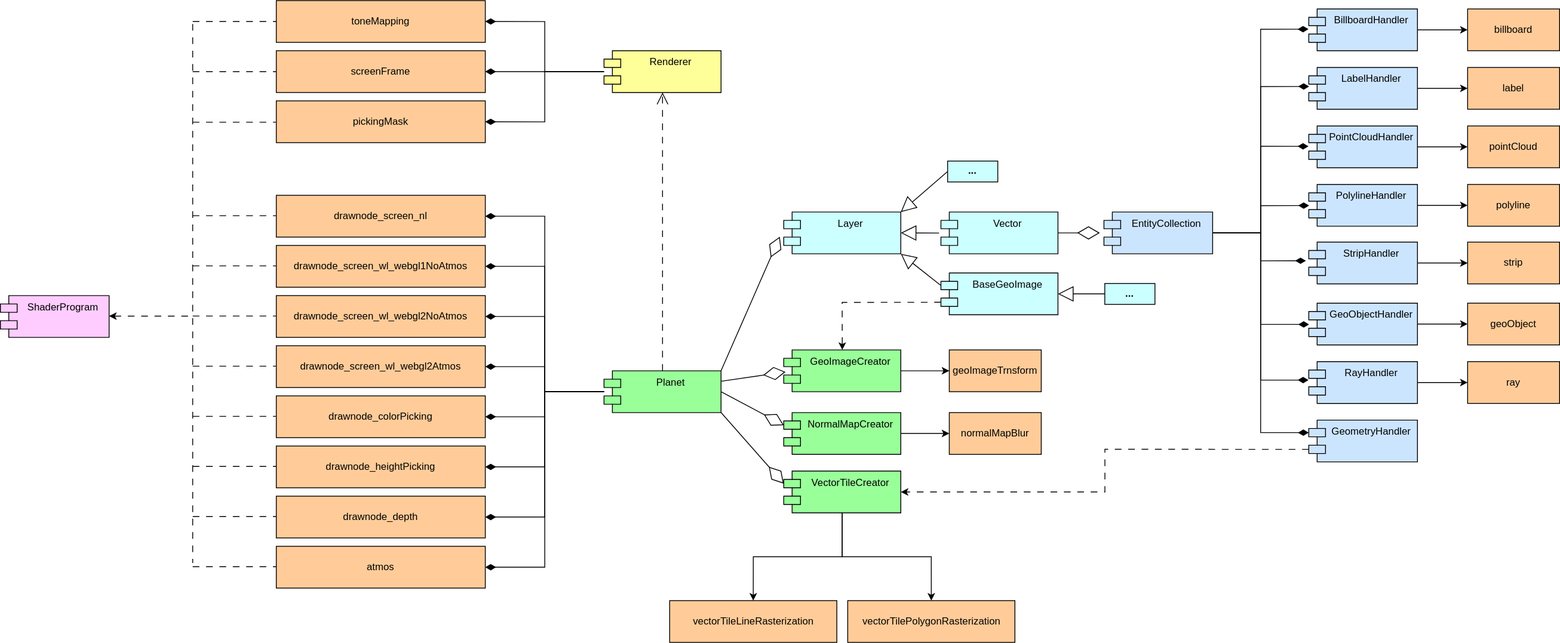
This is shaders.drawio.svg from openglobus/openglobus, a draw.io export, as it was before one commit. Source tidied: cells renumbered, new cells last; positions are measured from the earlier drawing's top-left corner, leaving out a move shared by most shapes.
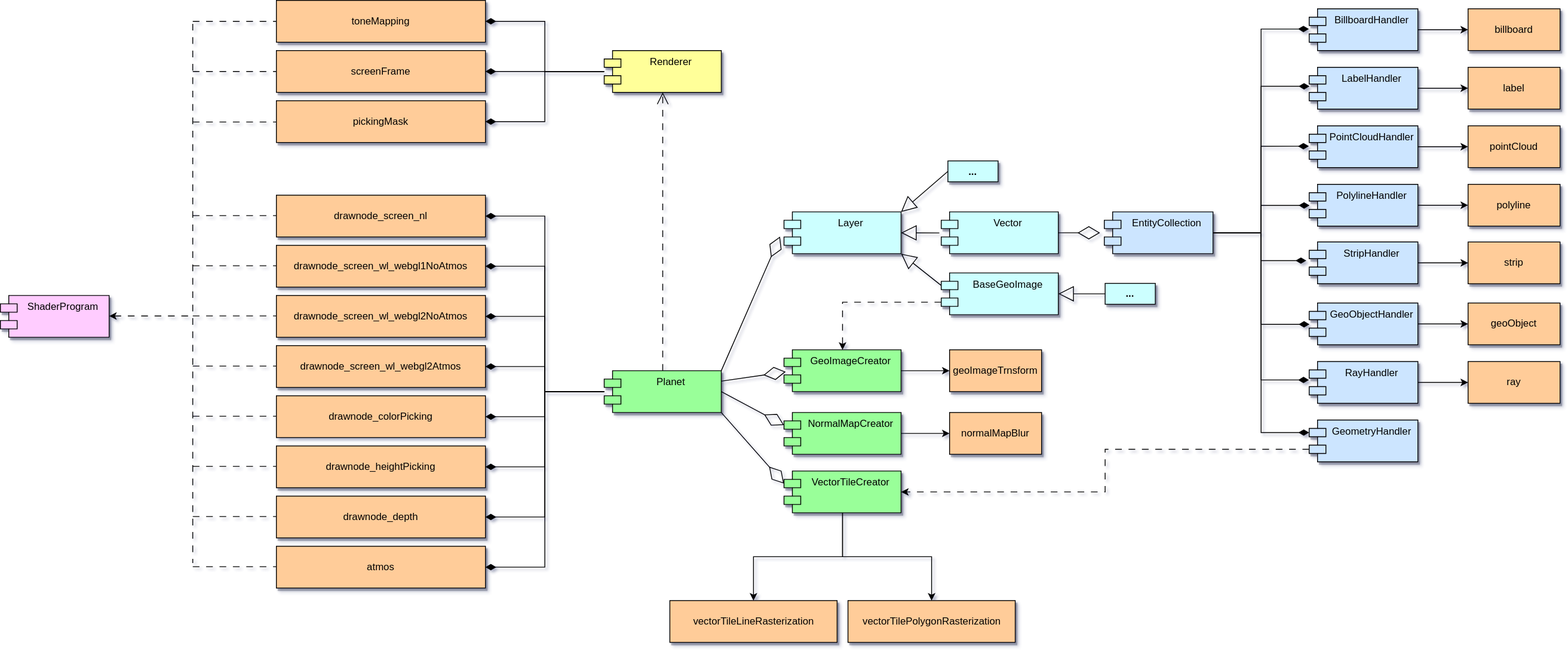
The same file after the commit.

What changed in the source:
```diff
@@ -28,3 +28,3 @@
     </mxCell>
-    <mxCell id="10" value="Planet" style="shape=module;align=left;spacingLeft=20;align=center;verticalAlign=top;whiteSpace=wrap;html=1;fillColor=#99FF99;" parent="1" vertex="1">
+    <mxCell id="10" value="Planet" style="shape=module;align=left;spacingLeft=20;align=center;verticalAlign=top;whiteSpace=wrap;html=1;fillColor=#99FF99;shadow=1;" parent="1" vertex="1">
       <mxGeometry x="722" y="443" width="140" height="50" as="geometry" />
@@ -40,24 +40,24 @@
     </mxCell>
-    <mxCell id="14" value="Renderer" style="shape=module;align=left;spacingLeft=20;align=center;verticalAlign=top;whiteSpace=wrap;html=1;fillColor=#FFFF99;" parent="1" vertex="1">
+    <mxCell id="14" value="Renderer" style="shape=module;align=left;spacingLeft=20;align=center;verticalAlign=top;whiteSpace=wrap;html=1;fillColor=#FFFF99;shadow=1;" parent="1" vertex="1">
       <mxGeometry x="722" y="60" width="140" height="50" as="geometry" />
     </mxCell>
-    <mxCell id="15" value="ShaderProgram" style="shape=module;align=left;spacingLeft=20;align=center;verticalAlign=top;whiteSpace=wrap;html=1;fillColor=#FFCCFF;" parent="1" vertex="1">
+    <mxCell id="15" value="ShaderProgram" style="shape=module;align=left;spacingLeft=20;align=center;verticalAlign=top;whiteSpace=wrap;html=1;fillColor=#FFCCFF;shadow=1;" parent="1" vertex="1">
       <mxGeometry y="353" width="130" height="50" as="geometry" />
     </mxCell>
-    <mxCell id="16" value="toneMapping" style="html=1;whiteSpace=wrap;gradientColor=none;fillColor=#FFCC99;" parent="1" vertex="1">
+    <mxCell id="16" value="toneMapping" style="html=1;whiteSpace=wrap;gradientColor=none;fillColor=#FFCC99;shadow=1;" parent="1" vertex="1">
       <mxGeometry x="330" width="250" height="50" as="geometry" />
     </mxCell>
-    <mxCell id="17" value="screenFrame" style="html=1;whiteSpace=wrap;fillColor=#FFCC99;" parent="1" vertex="1">
+    <mxCell id="17" value="screenFrame" style="html=1;whiteSpace=wrap;fillColor=#FFCC99;shadow=1;" parent="1" vertex="1">
       <mxGeometry x="330" y="60" width="250" height="50" as="geometry" />
     </mxCell>
-    <mxCell id="18" value="atmos" style="html=1;whiteSpace=wrap;fillColor=#FFCC99;" parent="1" vertex="1">
+    <mxCell id="18" value="atmos" style="html=1;whiteSpace=wrap;fillColor=#FFCC99;shadow=1;" parent="1" vertex="1">
       <mxGeometry x="330" y="653" width="250" height="50" as="geometry" />
     </mxCell>
-    <mxCell id="19" value="drawnode_depth" style="html=1;whiteSpace=wrap;fillColor=#FFCC99;" parent="1" vertex="1">
+    <mxCell id="19" value="drawnode_depth" style="html=1;whiteSpace=wrap;fillColor=#FFCC99;shadow=1;" parent="1" vertex="1">
       <mxGeometry x="330" y="593" width="250" height="50" as="geometry" />
     </mxCell>
-    <mxCell id="20" value="drawnode_heightPicking" style="html=1;whiteSpace=wrap;fillColor=#FFCC99;" parent="1" vertex="1">
+    <mxCell id="20" value="drawnode_heightPicking" style="html=1;whiteSpace=wrap;fillColor=#FFCC99;shadow=1;" parent="1" vertex="1">
       <mxGeometry x="330" y="533" width="250" height="50" as="geometry" />
     </mxCell>
-    <mxCell id="21" value="drawnode_screen_wl_webgl1NoAtmos" style="html=1;whiteSpace=wrap;fillColor=#FFCC99;" parent="1" vertex="1">
+    <mxCell id="21" value="drawnode_screen_wl_webgl1NoAtmos" style="html=1;whiteSpace=wrap;fillColor=#FFCC99;shadow=1;" parent="1" vertex="1">
       <mxGeometry x="330" y="293" width="250" height="50" as="geometry" />
@@ -67,9 +67,9 @@
     </mxCell>
-    <mxCell id="23" value="drawnode_screen_wl_webgl2Atmos" style="html=1;whiteSpace=wrap;fillColor=#FFCC99;" parent="1" vertex="1">
+    <mxCell id="23" value="drawnode_screen_wl_webgl2Atmos" style="html=1;whiteSpace=wrap;fillColor=#FFCC99;shadow=1;" parent="1" vertex="1">
       <mxGeometry x="330" y="413" width="250" height="50" as="geometry" />
     </mxCell>
-    <mxCell id="24" value="drawnode_screen_wl_webgl2NoAtmos" style="html=1;whiteSpace=wrap;fillColor=#FFCC99;" parent="1" vertex="1">
+    <mxCell id="24" value="drawnode_screen_wl_webgl2NoAtmos" style="html=1;whiteSpace=wrap;fillColor=#FFCC99;shadow=1;" parent="1" vertex="1">
       <mxGeometry x="330" y="353" width="250" height="50" as="geometry" />
     </mxCell>
-    <mxCell id="25" value="drawnode_screen_nl" style="html=1;whiteSpace=wrap;fillColor=#FFCC99;" parent="1" vertex="1">
+    <mxCell id="25" value="drawnode_screen_nl" style="html=1;whiteSpace=wrap;fillColor=#FFCC99;shadow=1;" parent="1" vertex="1">
       <mxGeometry x="330" y="233" width="250" height="50" as="geometry" />
@@ -103,3 +103,3 @@
     </mxCell>
-    <mxCell id="35" value="EntityCollection" style="shape=module;align=left;spacingLeft=20;align=center;verticalAlign=top;whiteSpace=wrap;html=1;fillColor=#CCE5FF;" parent="1" vertex="1">
+    <mxCell id="35" value="EntityCollection" style="shape=module;align=left;spacingLeft=20;align=center;verticalAlign=top;whiteSpace=wrap;html=1;fillColor=#CCE5FF;shadow=1;" parent="1" vertex="1">
       <mxGeometry x="1320" y="253" width="130" height="50" as="geometry" />
@@ -109,3 +109,3 @@
     </mxCell>
-    <mxCell id="37" value="BillboardHandler" style="shape=module;align=left;spacingLeft=20;align=center;verticalAlign=top;whiteSpace=wrap;html=1;fillColor=#CCE5FF;" parent="1" vertex="1">
+    <mxCell id="37" value="BillboardHandler" style="shape=module;align=left;spacingLeft=20;align=center;verticalAlign=top;whiteSpace=wrap;html=1;fillColor=#CCE5FF;shadow=1;" parent="1" vertex="1">
       <mxGeometry x="1565" y="10" width="130" height="50" as="geometry" />
@@ -115,3 +115,3 @@
     </mxCell>
-    <mxCell id="39" value="LabelHandler" style="shape=module;align=left;spacingLeft=20;align=center;verticalAlign=top;whiteSpace=wrap;html=1;fillColor=#CCE5FF;" parent="1" vertex="1">
+    <mxCell id="39" value="LabelHandler" style="shape=module;align=left;spacingLeft=20;align=center;verticalAlign=top;whiteSpace=wrap;html=1;fillColor=#CCE5FF;shadow=1;" parent="1" vertex="1">
       <mxGeometry x="1565" y="80" width="130" height="50" as="geometry" />
@@ -121,3 +121,3 @@
     </mxCell>
-    <mxCell id="41" value="PointCloudHandler" style="shape=module;align=left;spacingLeft=20;align=center;verticalAlign=top;whiteSpace=wrap;html=1;fillColor=#CCE5FF;" parent="1" vertex="1">
+    <mxCell id="41" value="PointCloudHandler" style="shape=module;align=left;spacingLeft=20;align=center;verticalAlign=top;whiteSpace=wrap;html=1;fillColor=#CCE5FF;shadow=1;" parent="1" vertex="1">
       <mxGeometry x="1565" y="150" width="130" height="50" as="geometry" />
@@ -127,3 +127,3 @@
     </mxCell>
-    <mxCell id="43" value="PolylineHandler" style="shape=module;align=left;spacingLeft=20;align=center;verticalAlign=top;whiteSpace=wrap;html=1;fillColor=#CCE5FF;" parent="1" vertex="1">
+    <mxCell id="43" value="PolylineHandler" style="shape=module;align=left;spacingLeft=20;align=center;verticalAlign=top;whiteSpace=wrap;html=1;fillColor=#CCE5FF;shadow=1;" parent="1" vertex="1">
       <mxGeometry x="1565" y="220" width="130" height="50" as="geometry" />
@@ -133,3 +133,3 @@
     </mxCell>
-    <mxCell id="45" value="GeoObjectHandler" style="shape=module;align=left;spacingLeft=20;align=center;verticalAlign=top;whiteSpace=wrap;html=1;fillColor=#CCE5FF;" parent="1" vertex="1">
+    <mxCell id="45" value="GeoObjectHandler" style="shape=module;align=left;spacingLeft=20;align=center;verticalAlign=top;whiteSpace=wrap;html=1;fillColor=#CCE5FF;shadow=1;" parent="1" vertex="1">
       <mxGeometry x="1565" y="362" width="130" height="50" as="geometry" />
@@ -139,3 +139,3 @@
     </mxCell>
-    <mxCell id="47" value="RayHandler" style="shape=module;align=left;spacingLeft=20;align=center;verticalAlign=top;whiteSpace=wrap;html=1;fillColor=#CCE5FF;" parent="1" vertex="1">
+    <mxCell id="47" value="RayHandler" style="shape=module;align=left;spacingLeft=20;align=center;verticalAlign=top;whiteSpace=wrap;html=1;fillColor=#CCE5FF;shadow=1;" parent="1" vertex="1">
       <mxGeometry x="1565" y="432" width="130" height="50" as="geometry" />
@@ -145,3 +145,3 @@
     </mxCell>
-    <mxCell id="49" value="StripHandler" style="shape=module;align=left;spacingLeft=20;align=center;verticalAlign=top;whiteSpace=wrap;html=1;fillColor=#CCE5FF;" parent="1" vertex="1">
+    <mxCell id="49" value="StripHandler" style="shape=module;align=left;spacingLeft=20;align=center;verticalAlign=top;whiteSpace=wrap;html=1;fillColor=#CCE5FF;shadow=1;" parent="1" vertex="1">
       <mxGeometry x="1565" y="289" width="130" height="50" as="geometry" />
@@ -151,21 +151,21 @@
     </mxCell>
-    <mxCell id="51" value="GeometryHandler" style="shape=module;align=left;spacingLeft=20;align=center;verticalAlign=top;whiteSpace=wrap;html=1;fillColor=#CCE5FF;" parent="1" vertex="1">
+    <mxCell id="51" value="GeometryHandler" style="shape=module;align=left;spacingLeft=20;align=center;verticalAlign=top;whiteSpace=wrap;html=1;fillColor=#CCE5FF;shadow=1;" parent="1" vertex="1">
       <mxGeometry x="1565" y="502" width="130" height="50" as="geometry" />
     </mxCell>
-    <mxCell id="52" value="billboard" style="html=1;whiteSpace=wrap;fillColor=#FFCC99;" parent="1" vertex="1">
+    <mxCell id="52" value="billboard" style="html=1;whiteSpace=wrap;fillColor=#FFCC99;shadow=1;" parent="1" vertex="1">
       <mxGeometry x="1755" y="10" width="110" height="50" as="geometry" />
     </mxCell>
-    <mxCell id="53" value="label" style="html=1;whiteSpace=wrap;fillColor=#FFCC99;" parent="1" vertex="1">
+    <mxCell id="53" value="label" style="html=1;whiteSpace=wrap;fillColor=#FFCC99;shadow=1;" parent="1" vertex="1">
       <mxGeometry x="1755" y="80" width="110" height="50" as="geometry" />
     </mxCell>
-    <mxCell id="54" value="pointCloud" style="html=1;whiteSpace=wrap;fillColor=#FFCC99;" parent="1" vertex="1">
+    <mxCell id="54" value="pointCloud" style="html=1;whiteSpace=wrap;fillColor=#FFCC99;shadow=1;" parent="1" vertex="1">
       <mxGeometry x="1755" y="150" width="110" height="50" as="geometry" />
     </mxCell>
-    <mxCell id="55" value="polyline" style="html=1;whiteSpace=wrap;fillColor=#FFCC99;" parent="1" vertex="1">
+    <mxCell id="55" value="polyline" style="html=1;whiteSpace=wrap;fillColor=#FFCC99;shadow=1;" parent="1" vertex="1">
       <mxGeometry x="1755" y="220" width="110" height="50" as="geometry" />
     </mxCell>
-    <mxCell id="56" value="strip" style="html=1;whiteSpace=wrap;fillColor=#FFCC99;" parent="1" vertex="1">
+    <mxCell id="56" value="strip" style="html=1;whiteSpace=wrap;fillColor=#FFCC99;shadow=1;" parent="1" vertex="1">
       <mxGeometry x="1755" y="289" width="110" height="50" as="geometry" />
     </mxCell>
-    <mxCell id="57" value="pickingMask" style="html=1;whiteSpace=wrap;fillColor=#FFCC99;" parent="1" vertex="1">
+    <mxCell id="57" value="pickingMask" style="html=1;whiteSpace=wrap;fillColor=#FFCC99;shadow=1;" parent="1" vertex="1">
       <mxGeometry x="330" y="120" width="250" height="50" as="geometry" />
@@ -251,9 +251,9 @@
     </mxCell>
-    <mxCell id="72" value="Vector" style="shape=module;align=left;spacingLeft=20;align=center;verticalAlign=top;whiteSpace=wrap;html=1;fillColor=#CCFFFF;" parent="1" vertex="1">
+    <mxCell id="72" value="Vector" style="shape=module;align=left;spacingLeft=20;align=center;verticalAlign=top;whiteSpace=wrap;html=1;fillColor=#CCFFFF;shadow=1;" parent="1" vertex="1">
       <mxGeometry x="1125" y="253" width="140" height="50" as="geometry" />
     </mxCell>
-    <mxCell id="73" value="geoObject" style="html=1;whiteSpace=wrap;fillColor=#FFCC99;" parent="1" vertex="1">
+    <mxCell id="73" value="geoObject" style="html=1;whiteSpace=wrap;fillColor=#FFCC99;shadow=1;" parent="1" vertex="1">
       <mxGeometry x="1755" y="362" width="110" height="50" as="geometry" />
     </mxCell>
-    <mxCell id="74" value="ray" style="html=1;whiteSpace=wrap;fillColor=#FFCC99;" parent="1" vertex="1">
+    <mxCell id="74" value="ray" style="html=1;whiteSpace=wrap;fillColor=#FFCC99;shadow=1;" parent="1" vertex="1">
       <mxGeometry x="1755" y="432" width="110" height="50" as="geometry" />
@@ -263,6 +263,6 @@
     </mxCell>
-    <mxCell id="76" value="NormalMapCreator" style="shape=module;align=left;spacingLeft=20;align=center;verticalAlign=top;whiteSpace=wrap;html=1;fillColor=#99FF99;" parent="1" vertex="1">
+    <mxCell id="76" value="NormalMapCreator" style="shape=module;align=left;spacingLeft=20;align=center;verticalAlign=top;whiteSpace=wrap;html=1;fillColor=#99FF99;shadow=1;" parent="1" vertex="1">
       <mxGeometry x="937" y="493" width="140" height="50" as="geometry" />
     </mxCell>
-    <mxCell id="77" value="normalMapBlur" style="html=1;whiteSpace=wrap;fillColor=#FFCC99;" parent="1" vertex="1">
+    <mxCell id="77" value="normalMapBlur" style="html=1;whiteSpace=wrap;fillColor=#FFCC99;shadow=1;" parent="1" vertex="1">
       <mxGeometry x="1135" y="493" width="110" height="50" as="geometry" />
@@ -275,12 +275,12 @@
     </mxCell>
-    <mxCell id="80" value="VectorTileCreator" style="shape=module;align=left;spacingLeft=20;align=center;verticalAlign=top;whiteSpace=wrap;html=1;fillColor=#99FF99;" parent="1" vertex="1">
+    <mxCell id="80" value="VectorTileCreator" style="shape=module;align=left;spacingLeft=20;align=center;verticalAlign=top;whiteSpace=wrap;html=1;fillColor=#99FF99;shadow=1;" parent="1" vertex="1">
       <mxGeometry x="937" y="563" width="140" height="50" as="geometry" />
     </mxCell>
-    <mxCell id="81" value="vectorTileLineRasterization" style="html=1;whiteSpace=wrap;fillColor=#FFCC99;" parent="1" vertex="1">
+    <mxCell id="81" value="vectorTileLineRasterization" style="html=1;whiteSpace=wrap;fillColor=#FFCC99;shadow=1;" parent="1" vertex="1">
       <mxGeometry x="800.5" y="718" width="200" height="50" as="geometry" />
     </mxCell>
-    <mxCell id="82" value="vectorTilePolygonRasterization" style="html=1;whiteSpace=wrap;fillColor=#FFCC99;" parent="1" vertex="1">
+    <mxCell id="82" value="vectorTilePolygonRasterization" style="html=1;whiteSpace=wrap;fillColor=#FFCC99;shadow=1;" parent="1" vertex="1">
       <mxGeometry x="1013.5" y="718" width="200" height="50" as="geometry" />
     </mxCell>
-    <mxCell id="83" value="Layer" style="shape=module;align=left;spacingLeft=20;align=center;verticalAlign=top;whiteSpace=wrap;html=1;fillColor=#CCFFFF;" parent="1" vertex="1">
+    <mxCell id="83" value="Layer" style="shape=module;align=left;spacingLeft=20;align=center;verticalAlign=top;whiteSpace=wrap;html=1;fillColor=#CCFFFF;shadow=1;" parent="1" vertex="1">
       <mxGeometry x="937" y="253" width="140" height="50" as="geometry" />
@@ -304,3 +304,3 @@
     </mxCell>
-    <mxCell id="89" value="GeoImageCreator" style="shape=module;align=left;spacingLeft=20;align=center;verticalAlign=top;whiteSpace=wrap;html=1;fillColor=#99FF99;" parent="1" vertex="1">
+    <mxCell id="89" value="GeoImageCreator" style="shape=module;align=left;spacingLeft=20;align=center;verticalAlign=top;whiteSpace=wrap;html=1;fillColor=#99FF99;shadow=1;" parent="1" vertex="1">
       <mxGeometry x="937" y="418" width="140" height="50" as="geometry" />
@@ -310,3 +310,3 @@
     </mxCell>
-    <mxCell id="91" value="geoImageTrnsform" style="html=1;whiteSpace=wrap;fillColor=#FFCC99;" parent="1" vertex="1">
+    <mxCell id="91" value="geoImageTrnsform" style="html=1;whiteSpace=wrap;fillColor=#FFCC99;shadow=1;" parent="1" vertex="1">
       <mxGeometry x="1135" y="418" width="110" height="50" as="geometry" />
@@ -316,3 +316,3 @@
     </mxCell>
-    <mxCell id="93" value="BaseGeoImage" style="shape=module;align=left;spacingLeft=20;align=center;verticalAlign=top;whiteSpace=wrap;html=1;fillColor=#CCFFFF;" parent="1" vertex="1">
+    <mxCell id="93" value="BaseGeoImage" style="shape=module;align=left;spacingLeft=20;align=center;verticalAlign=top;whiteSpace=wrap;html=1;fillColor=#CCFFFF;shadow=1;" parent="1" vertex="1">
       <mxGeometry x="1125" y="326" width="140" height="50" as="geometry" />
@@ -322,6 +322,6 @@
     </mxCell>
-    <mxCell id="95" value="&lt;b&gt;...&lt;/b&gt;" style="html=1;whiteSpace=wrap;fillColor=#CCFFFF;" parent="1" vertex="1">
+    <mxCell id="95" value="&lt;b&gt;...&lt;/b&gt;" style="html=1;whiteSpace=wrap;fillColor=#CCFFFF;shadow=1;" parent="1" vertex="1">
       <mxGeometry x="1133" y="192" width="60" height="25" as="geometry" />
     </mxCell>
-    <mxCell id="96" value="&lt;b&gt;...&lt;/b&gt;" style="html=1;whiteSpace=wrap;fillColor=#CCFFFF;" parent="1" vertex="1">
+    <mxCell id="96" value="&lt;b&gt;...&lt;/b&gt;" style="html=1;whiteSpace=wrap;fillColor=#CCFFFF;shadow=1;" parent="1" vertex="1">
       <mxGeometry x="1321" y="338.5" width="60" height="25" as="geometry" />
```
